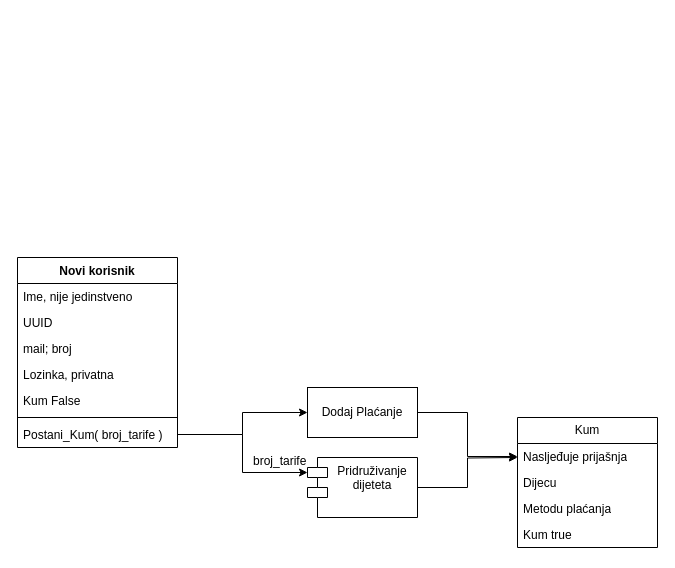
Above: Untitled Diagram.drawio in Frane-Bog/Zdenac (draw.io), before the change. Source tidied: cells renumbered, new cells numbered last; positions are measured from the earlier drawing's top-left corner, leaving out a move shared by most shapes. Both pictures are drawn from the tidied source at 100%, with x=0, y=0 at pixel (17, 257).
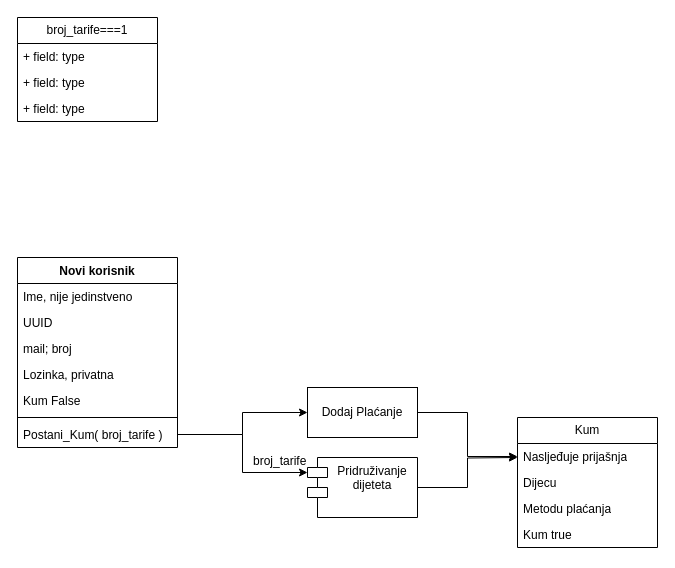
Above is the later version.

Diff of the diagram source:
```diff
@@
+    <mxCell id="22" value="broj_tarife===1" style="swimlane;fontStyle=0;horizontal=1;startSize=26;fillColor=none;whiteSpace=wrap;html=1;" parent="1" vertex="1">
+      <mxGeometry y="-240" width="140" height="104" as="geometry" />
+    </mxCell>
+    <mxCell id="23" value="+ field: type" style="text;strokeColor=none;fillColor=none;align=left;verticalAlign=top;spacingLeft=4;spacingRight=4;overflow=hidden;whiteSpace=wrap;html=1;" parent="22" vertex="1">
+      <mxGeometry y="26" width="140" height="26" as="geometry" />
+    </mxCell>
+    <mxCell id="24" value="+ field: type" style="text;strokeColor=none;fillColor=none;align=left;verticalAlign=top;spacingLeft=4;spacingRight=4;overflow=hidden;whiteSpace=wrap;html=1;" parent="22" vertex="1">
+      <mxGeometry y="52" width="140" height="26" as="geometry" />
+    </mxCell>
+    <mxCell id="25" value="+ field: type" style="text;strokeColor=none;fillColor=none;align=left;verticalAlign=top;spacingLeft=4;spacingRight=4;overflow=hidden;whiteSpace=wrap;html=1;" parent="22" vertex="1">
+      <mxGeometry y="78" width="140" height="26" as="geometry" />
+    </mxCell>
```
